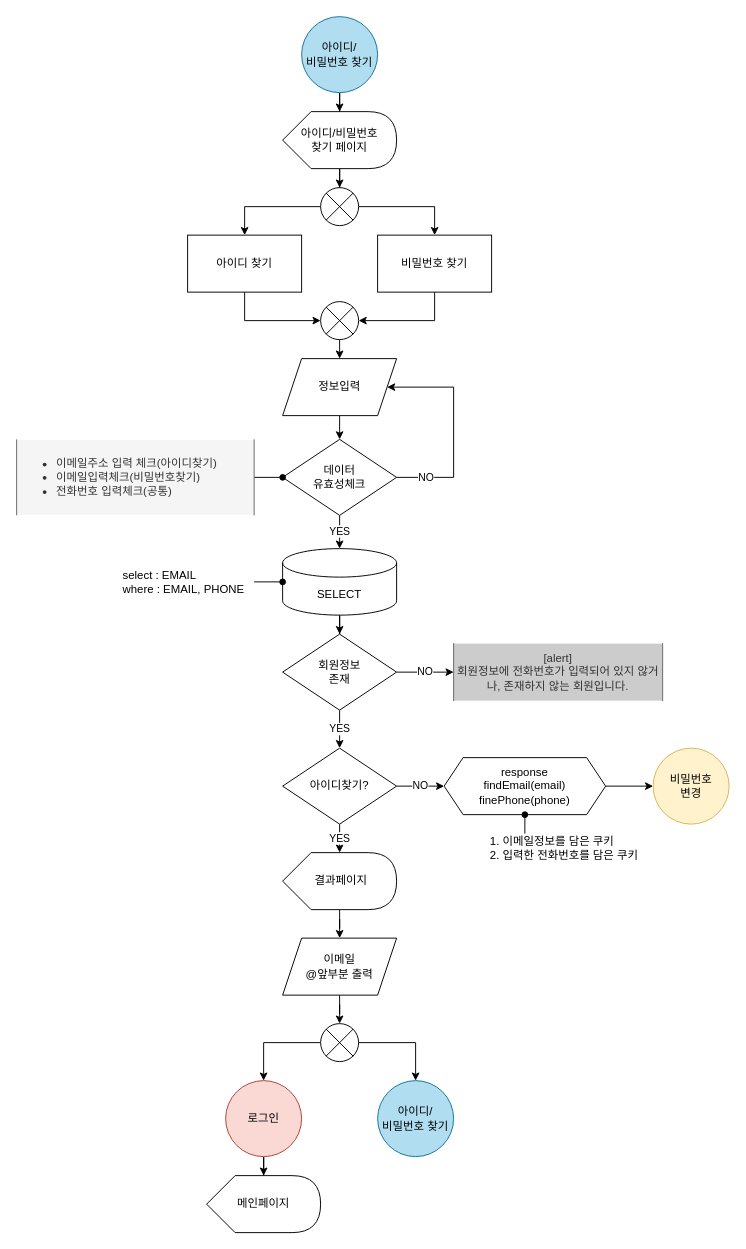
hjkim27/TEAM_Project keeps this draw.io diagram as page "아이디/비밀번호 찾기" (4 of 9) of 설계/데이터흐름도/회원 flowchart(혜진).drawio. Above is the earlier version. Source tidied: cells renumbered, new cells numbered last; positions are measured from the earlier drawing's top-left corner, leaving out a move shared by most shapes. Both pictures are drawn from the tidied source at 95%, with x=0, y=0 at pixel (16, 16).
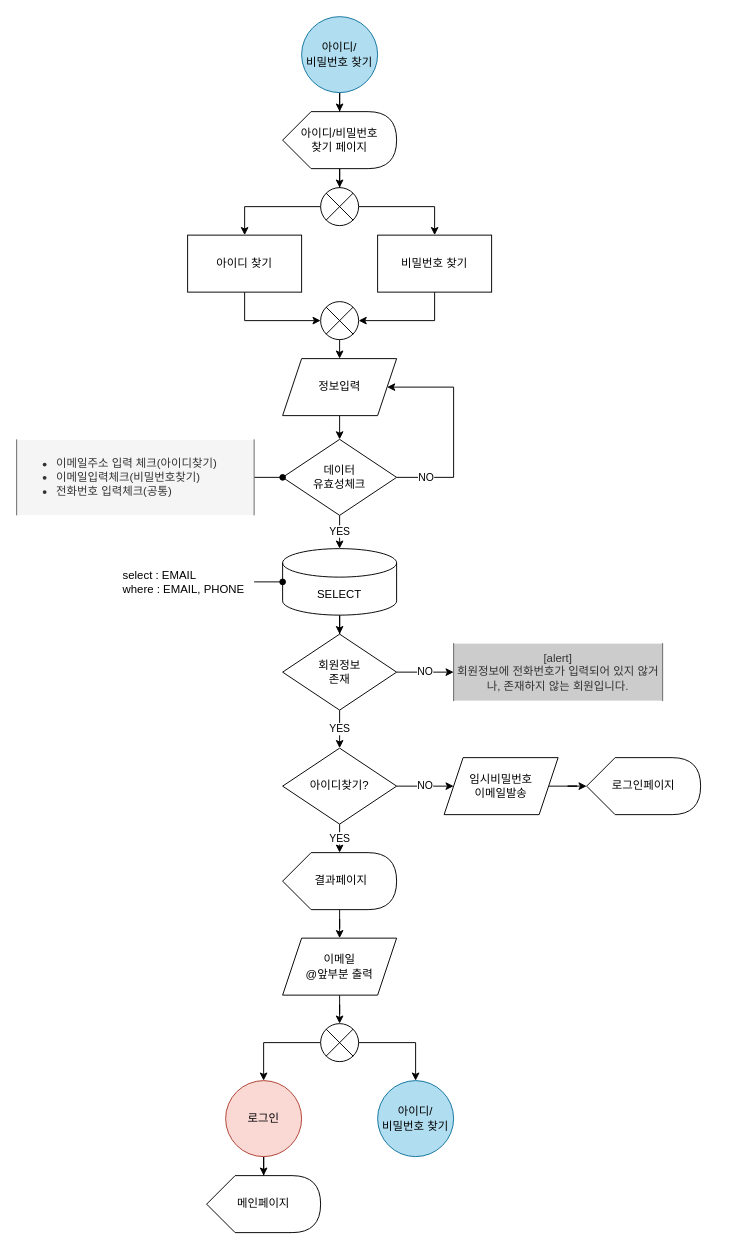
Above is the later version.

Unchanged cells that the change refers to:
```xml
<mxCell id="23" value="아이디찾기?" style="rhombus;whiteSpace=wrap;html=1;strokeWidth=1;align=center;" parent="1" vertex="1">
  <mxGeometry x="280" y="770" width="120" height="80" as="geometry" />
</mxCell>
```

The edit, as a diff of the source:
```diff
@@
-    <mxCell id="22" value="NO" style="edgeStyle=orthogonalEdgeStyle;rounded=0;jettySize=auto;html=1;entryX=0;entryY=0.5;entryDx=0;entryDy=0;" parent="1" edge="1" source="23" target="37">
+    <mxCell id="22" value="NO" style="edgeStyle=orthogonalEdgeStyle;rounded=0;jettySize=auto;html=1;entryX=0;entryY=0.5;entryDx=0;entryDy=0;" parent="1" edge="1" source="23" target="50">
       <mxGeometry relative="1" as="geometry" />
     </mxCell>
@@
-    <mxCell id="35" value="비밀번호&lt;br&gt;변경" style="ellipse;whiteSpace=wrap;html=1;fillColor=#fff2cc;strokeColor=#d6b656;" parent="1" vertex="1">
-      <mxGeometry x="670" y="770" width="80" height="80" as="geometry" />
-    </mxCell>
-    <mxCell id="36" style="edgeStyle=orthogonalEdgeStyle;rounded=0;jettySize=auto;html=1;" parent="1" edge="1" source="37" target="35">
-      <mxGeometry relative="1" as="geometry" />
-    </mxCell>
-    <mxCell id="37" value="response&lt;br&gt;findEmail(email)&lt;br&gt;finePhone(phone)" style="shape=hexagon;perimeter=hexagonPerimeter2;whiteSpace=wrap;html=1;fixedSize=1;strokeWidth=1;align=center;" parent="1" vertex="1">
-      <mxGeometry x="450" y="780" width="170" height="60" as="geometry" />
-    </mxCell>
@@
-    <mxCell id="45" style="edgeStyle=orthogonalEdgeStyle;rounded=0;jettySize=auto;html=1;exitX=0.25;exitY=0;exitDx=0;exitDy=0;entryX=0.5;entryY=1;entryDx=0;entryDy=0;endArrow=oval;endFill=1;" parent="1" edge="1" source="46" target="37">
-      <mxGeometry relative="1" as="geometry" />
-    </mxCell>
-    <mxCell id="46" value="&lt;ol&gt;&lt;li&gt;이메일정보를 담은 쿠키&lt;/li&gt;&lt;li&gt;입력한 전화번호를 담은 쿠키&lt;/li&gt;&lt;/ol&gt;" style="text;html=1;strokeColor=none;fillColor=none;align=left;verticalAlign=middle;whiteSpace=wrap;rounded=0;" parent="1" vertex="1">
-      <mxGeometry x="470" y="860" width="260" height="30" as="geometry" />
-    </mxCell>
@@
+    <mxCell id="49" style="edgeStyle=orthogonalEdgeStyle;rounded=0;jettySize=auto;html=1;exitX=1;exitY=0.5;exitDx=0;exitDy=0;entryX=0;entryY=0.5;entryDx=0;entryDy=0;entryPerimeter=0;" parent="1" edge="1" source="50" target="51">
+      <mxGeometry relative="1" as="geometry" />
+    </mxCell>
+    <mxCell id="50" value="임시비밀번호&lt;br&gt;이메일발송" style="shape=parallelogram;perimeter=parallelogramPerimeter;whiteSpace=wrap;html=1;fixedSize=1;rounded=0;strokeWidth=1;" parent="1" vertex="1">
+      <mxGeometry x="450" y="780" width="120" height="60" as="geometry" />
+    </mxCell>
+    <mxCell id="51" value="로그인페이지" style="shape=display;whiteSpace=wrap;html=1;strokeWidth=1;align=center;" parent="1" vertex="1">
+      <mxGeometry x="600" y="780" width="120" height="60" as="geometry" />
+    </mxCell>
```
